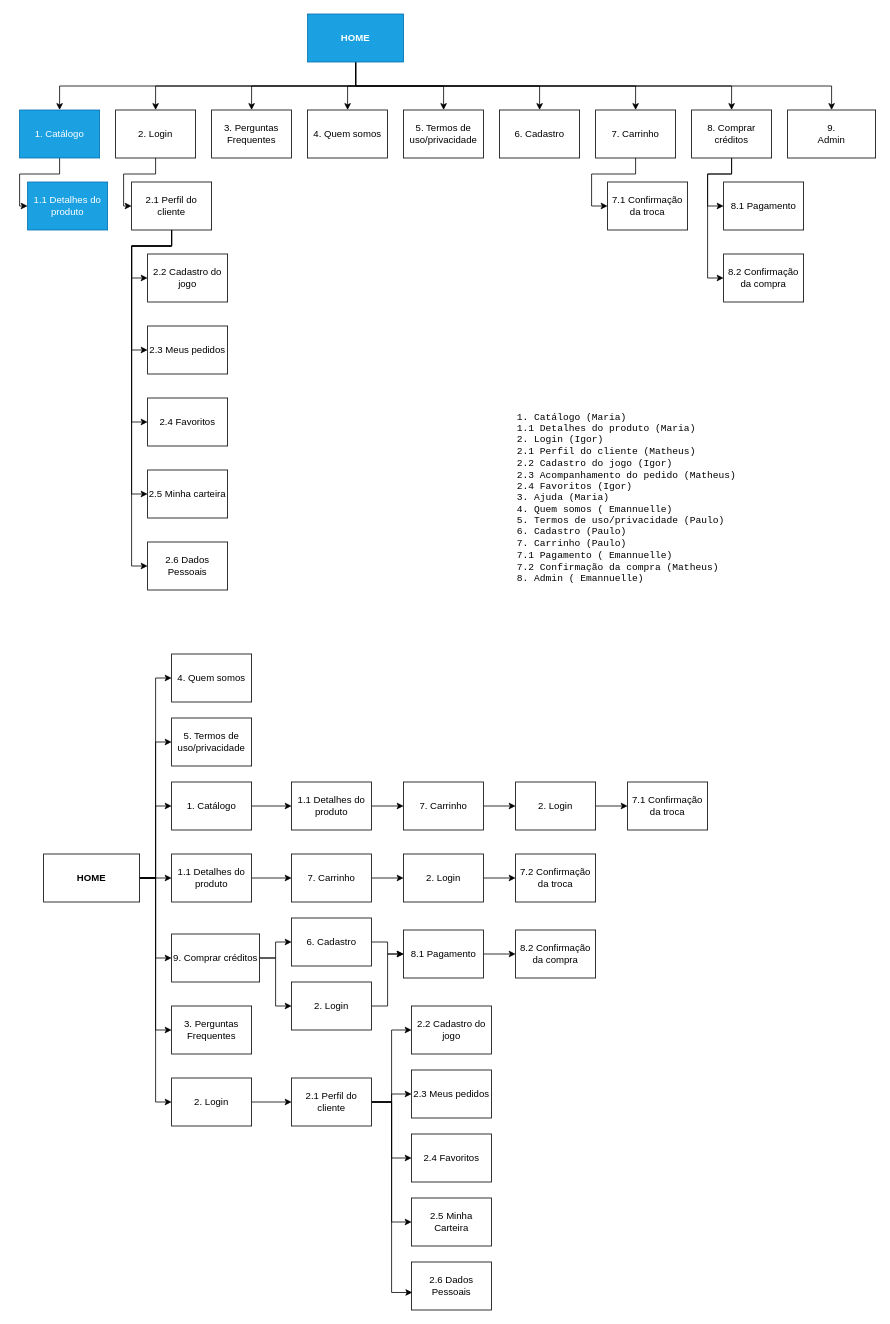
Earlier version of the draw.io diagram page "Site map" (1 of 21) of wireframe.drawio (pdaambrosio/dh_group_5). Source tidied: cells renumbered, new cells numbered last; positions are measured from the earlier drawing's top-left corner, leaving out a move shared by most shapes. Both pictures are drawn from the tidied source at 80%, with x=0, y=0 at pixel (19, 14).
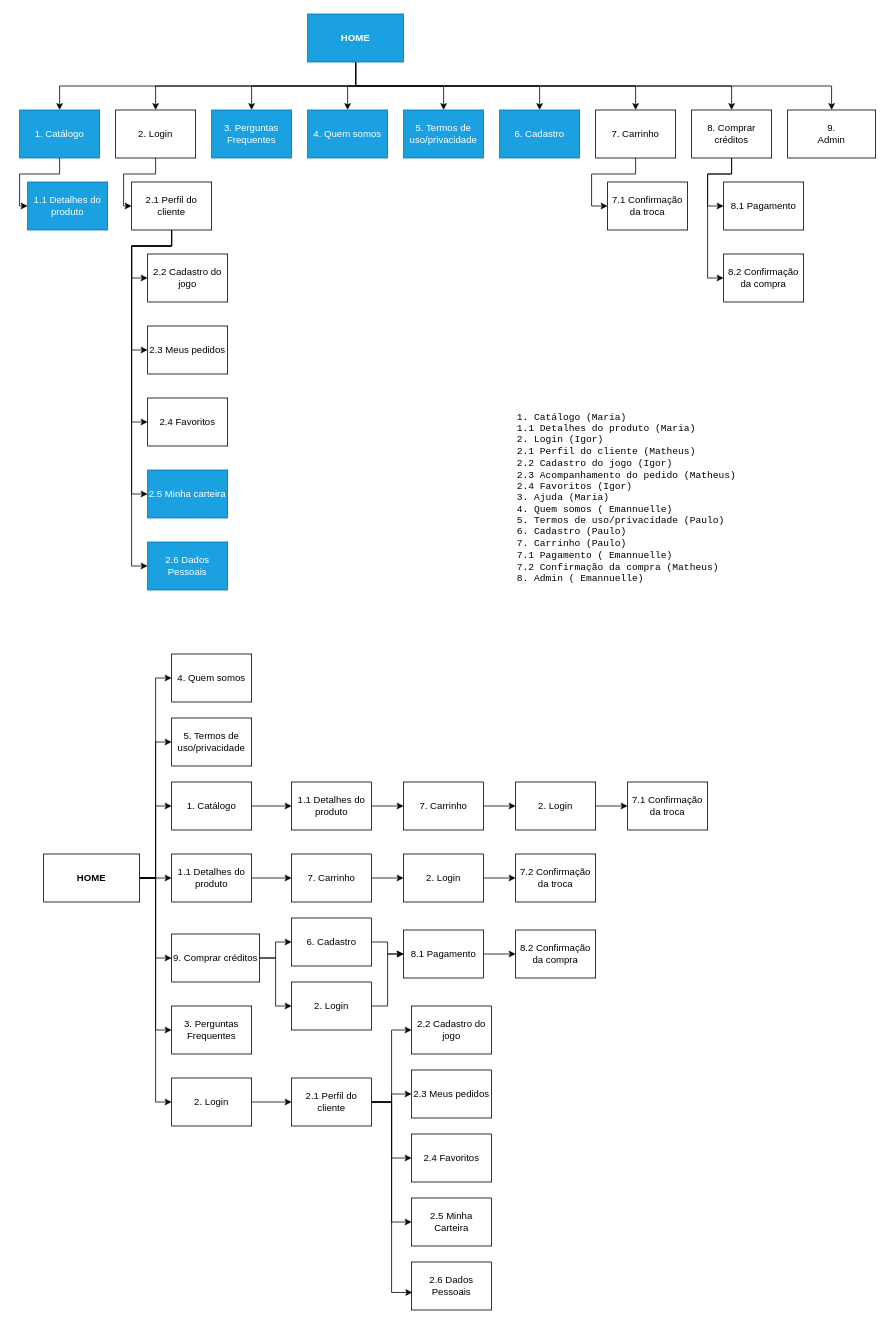
The same diagram, later.

The edit, as a diff of the source:
```diff
@@
-    <mxCell id="16" value="3. Perguntas Frequentes" style="rounded=0;whiteSpace=wrap;html=1;" parent="1" vertex="1">
+    <mxCell id="16" value="3. Perguntas Frequentes" style="rounded=0;whiteSpace=wrap;html=1;fillColor=#1ba1e2;strokeColor=#006EAF;fontColor=#ffffff;" parent="1" vertex="1">
       <mxGeometry x="240" y="120" width="100" height="60" as="geometry" />
     </mxCell>
-    <mxCell id="17" value="4. Quem somos" style="rounded=0;whiteSpace=wrap;html=1;" parent="1" vertex="1">
+    <mxCell id="17" value="4. Quem somos" style="rounded=0;whiteSpace=wrap;html=1;fillColor=#1ba1e2;strokeColor=#006EAF;fontColor=#ffffff;" parent="1" vertex="1">
       <mxGeometry x="360" y="120" width="100" height="60" as="geometry" />
     </mxCell>
-    <mxCell id="18" value="5. Termos de uso/privacidade" style="rounded=0;whiteSpace=wrap;html=1;" parent="1" vertex="1">
+    <mxCell id="18" value="5. Termos de uso/privacidade" style="rounded=0;whiteSpace=wrap;html=1;fillColor=#1ba1e2;strokeColor=#006EAF;fontColor=#ffffff;" parent="1" vertex="1">
       <mxGeometry x="480" y="120" width="100" height="60" as="geometry" />
     </mxCell>
-    <mxCell id="19" value="6. Cadastro" style="rounded=0;whiteSpace=wrap;html=1;" parent="1" vertex="1">
+    <mxCell id="19" value="6. Cadastro" style="rounded=0;whiteSpace=wrap;html=1;fillColor=#1ba1e2;strokeColor=#006EAF;fontColor=#ffffff;" parent="1" vertex="1">
       <mxGeometry x="600" y="120" width="100" height="60" as="geometry" />
     </mxCell>
@@
-    <mxCell id="34" value="2.5 Minha carteira" style="rounded=0;whiteSpace=wrap;html=1;" parent="1" vertex="1">
+    <mxCell id="34" value="2.5 Minha carteira" style="rounded=0;whiteSpace=wrap;html=1;fillColor=#1ba1e2;strokeColor=#006EAF;fontColor=#ffffff;" parent="1" vertex="1">
       <mxGeometry x="160" y="570" width="100" height="60" as="geometry" />
     </mxCell>
@@
-    <mxCell id="90" value="2.6 Dados Pessoais" style="rounded=0;whiteSpace=wrap;html=1;" parent="1" vertex="1">
+    <mxCell id="90" value="2.6 Dados Pessoais" style="rounded=0;whiteSpace=wrap;html=1;fillColor=#1ba1e2;strokeColor=#006EAF;fontColor=#ffffff;" parent="1" vertex="1">
       <mxGeometry x="160" y="660" width="100" height="60" as="geometry" />
     </mxCell>
```
